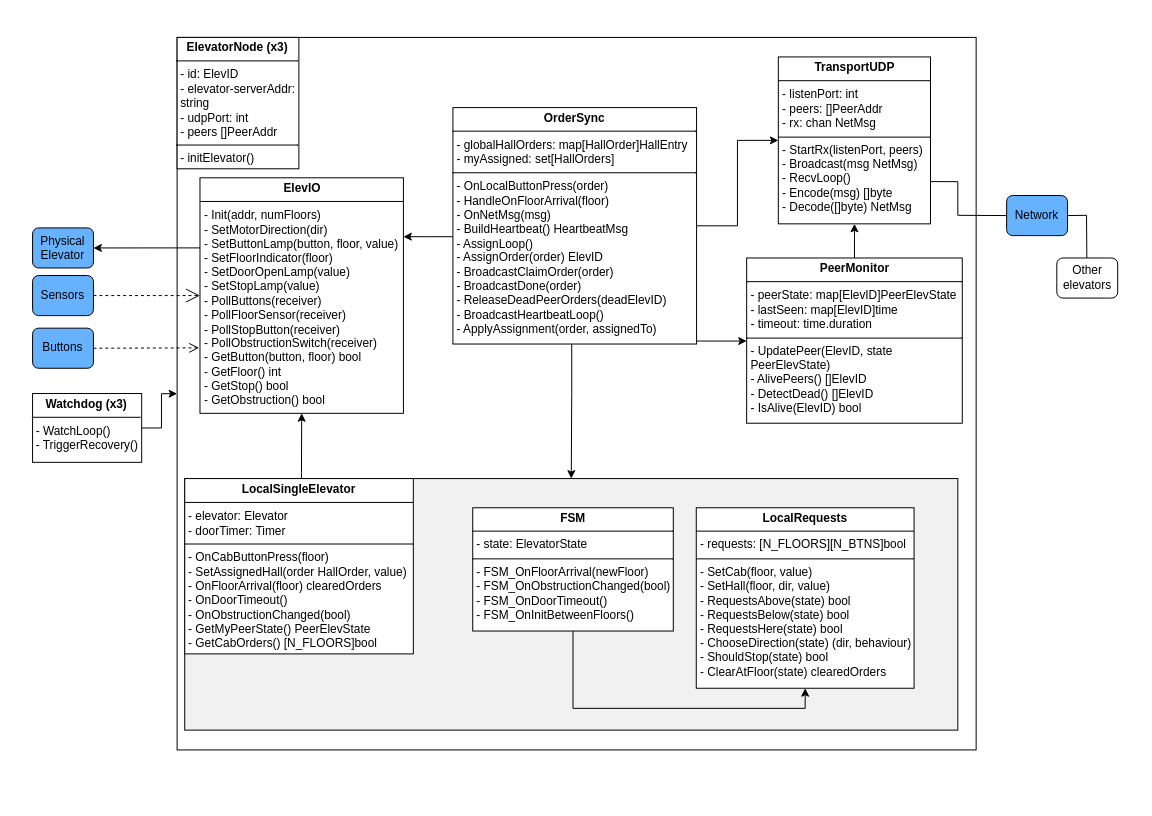
This is Diagrams/component_diagram.drawio from SondreMyhre/TTK4145, a draw.io file, before an edit. Source tidied: cells renumbered, new cells numbered last; positions are measured from the earlier drawing's top-left corner, leaving out a move shared by most shapes. Both pictures are drawn from the tidied source at 99%, with x=0, y=0 at pixel (17, 17).
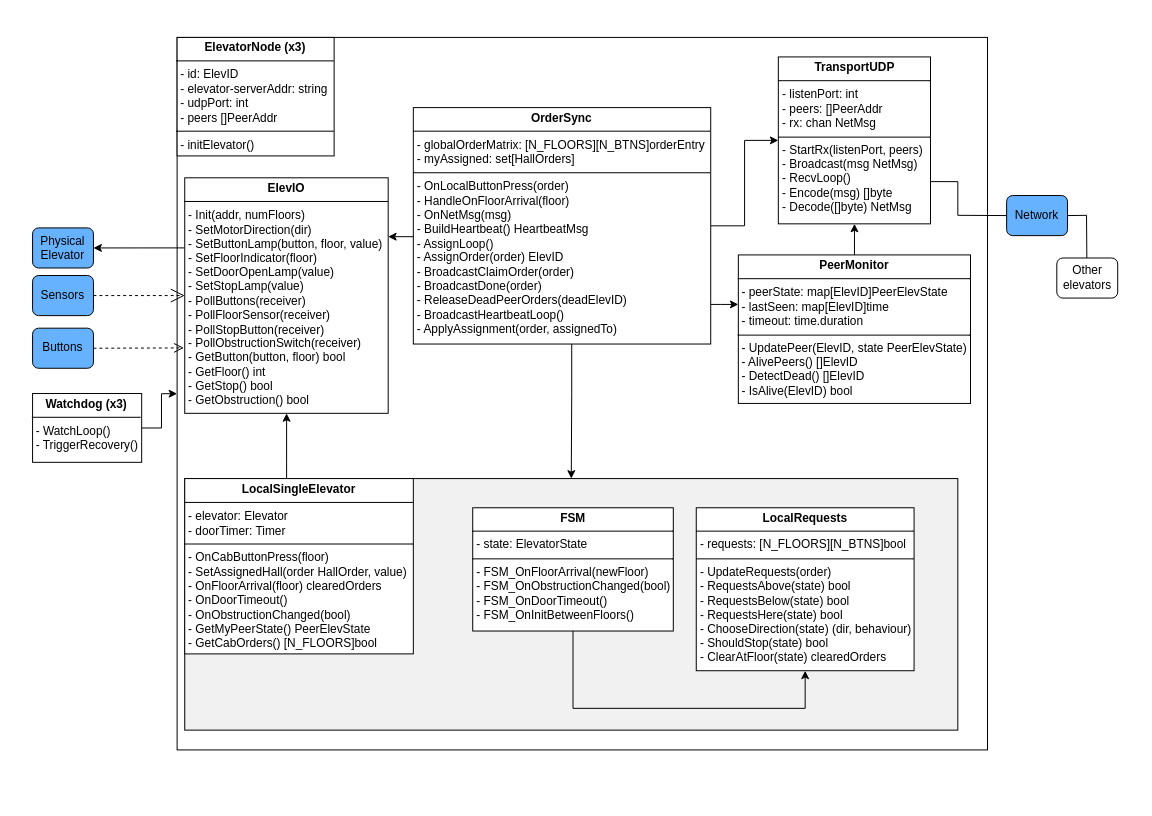
After the change.

Unchanged cells that the change refers to:
```xml
<mxCell id="2" style="group;" parent="1" vertex="1">
  <mxGeometry width="1130" height="790" as="geometry" />
</mxCell>
<mxCell id="6" style="rounded=0;whiteSpace=wrap;html=1;fillColor=#F1F1F1;" parent="2" vertex="1">
  <mxGeometry x="169.1" y="465.9" width="780.9" height="254.1" as="geometry" />
</mxCell>
```

Diff of the diagram source:
```diff
@@
     <mxCell id="4" style="rounded=0;whiteSpace=wrap;html=1;fillColor=#FFFFFF;" parent="2" vertex="1">
-      <mxGeometry x="161.4" y="20.3" width="807.1" height="719.7" as="geometry" />
+      <mxGeometry x="161.4" y="20.3" width="818.6" height="719.7" as="geometry" />
     </mxCell>
-    <mxCell id="5" style="edgeStyle=orthogonalEdgeStyle;rounded=0;jettySize=auto;html=1;entryX=0.5;entryY=1;entryDx=0;entryDy=0;" parent="2" edge="1" source="6" target="25">
+    <mxCell id="5" style="edgeStyle=orthogonalEdgeStyle;rounded=0;jettySize=auto;html=1;" parent="2" edge="1" source="6" target="25">
       <mxGeometry relative="1" as="geometry">
         <Array as="points">
-          <mxPoint x="287" y="460" />
-          <mxPoint x="287" y="460" />
+          <mxPoint x="272" y="450" />
+          <mxPoint x="272" y="450" />
         </Array>
       </mxGeometry>
     </mxCell>
@@
     <mxCell id="10" value="&lt;p style=&quot;margin:0px;margin-top:4px;text-align:center;&quot;&gt;&lt;b&gt;ElevatorNode (x3)&lt;/b&gt;&lt;/p&gt;&lt;hr size=&quot;1&quot; style=&quot;border-style:solid;&quot;&gt;&lt;p style=&quot;margin:0px;margin-left:4px;&quot;&gt;&lt;span style=&quot;background-color: transparent; color: light-dark(rgb(0, 0, 0), rgb(255, 255, 255));&quot;&gt;- id: ElevID&lt;/span&gt;&lt;/p&gt;&lt;p style=&quot;margin:0px;margin-left:4px;&quot;&gt;&lt;span style=&quot;background-color: transparent; color: light-dark(rgb(0, 0, 0), rgb(255, 255, 255));&quot;&gt;- elevator-serverAddr: string&lt;/span&gt;&lt;/p&gt;&lt;p style=&quot;margin:0px;margin-left:4px;&quot;&gt;&lt;span style=&quot;background-color: transparent; color: light-dark(rgb(0, 0, 0), rgb(255, 255, 255));&quot;&gt;- udpPort: int&lt;/span&gt;&lt;/p&gt;&lt;p style=&quot;margin:0px;margin-left:4px;&quot;&gt;- peers []PeerAddr&lt;/p&gt;&lt;hr size=&quot;1&quot; style=&quot;border-style:solid;&quot;&gt;&lt;p style=&quot;margin:0px;margin-left:4px;&quot;&gt;- initElevator()&lt;/p&gt;" style="verticalAlign=top;align=left;overflow=fill;html=1;whiteSpace=wrap;" parent="2" vertex="1">
-      <mxGeometry x="161.4" y="20.3" width="123" height="132.7" as="geometry" />
+      <mxGeometry x="161.4" y="20.3" width="158.6" height="119.7" as="geometry" />
     </mxCell>
@@
     <mxCell id="14" style="edgeStyle=orthogonalEdgeStyle;rounded=0;jettySize=auto;html=1;" parent="2" edge="1" source="15" target="18">
       <mxGeometry relative="1" as="geometry">
         <Array as="points">
-          <mxPoint x="690" y="327" />
-          <mxPoint x="690" y="327" />
+          <mxPoint x="710" y="290" />
+          <mxPoint x="710" y="290" />
         </Array>
       </mxGeometry>
     </mxCell>
-    <mxCell id="15" value="&lt;p style=&quot;margin:0px;margin-top:4px;text-align:center;&quot;&gt;&lt;b&gt;OrderSync&lt;/b&gt;&lt;/p&gt;&lt;hr size=&quot;1&quot; style=&quot;border-style:solid;&quot;&gt;&lt;p style=&quot;margin:0px;margin-left:4px;&quot;&gt;- globalHallOrders: map[HallOrder]HallEntry&lt;/p&gt;&lt;p style=&quot;margin:0px;margin-left:4px;&quot;&gt;- myAssigned: set[HallOrders]&lt;/p&gt;&lt;hr size=&quot;1&quot; style=&quot;border-style:solid;&quot;&gt;&lt;p style=&quot;margin:0px;margin-left:4px;&quot;&gt;- OnLocalButtonPress(order)&lt;/p&gt;&lt;p style=&quot;margin:0px;margin-left:4px;&quot;&gt;- HandleOnFloorArrival(floor)&amp;nbsp;&lt;/p&gt;&lt;p style=&quot;margin:0px;margin-left:4px;&quot;&gt;- OnNetMsg(msg)&lt;/p&gt;&lt;p style=&quot;margin:0px;margin-left:4px;&quot;&gt;- BuildHeartbeat() HeartbeatMsg&lt;/p&gt;&lt;p style=&quot;margin:0px;margin-left:4px;&quot;&gt;- AssignLoop()&lt;/p&gt;&lt;p style=&quot;margin:0px;margin-left:4px;&quot;&gt;- AssignOrder(order) ElevID&lt;/p&gt;&lt;p style=&quot;margin:0px;margin-left:4px;&quot;&gt;- BroadcastClaimOrder(order)&lt;/p&gt;&lt;p style=&quot;margin:0px;margin-left:4px;&quot;&gt;- BroadcastDone(order)&lt;/p&gt;&lt;p style=&quot;margin:0px;margin-left:4px;&quot;&gt;- ReleaseDeadPeerOrders(deadElevID)&lt;/p&gt;&lt;p style=&quot;margin:0px;margin-left:4px;&quot;&gt;- BroadcastHeartbeatLoop()&lt;/p&gt;&lt;p style=&quot;margin:0px;margin-left:4px;&quot;&gt;- ApplyAssignment(order, assignedTo)&lt;/p&gt;" style="verticalAlign=top;align=left;overflow=fill;html=1;whiteSpace=wrap;" parent="2" vertex="1">
-      <mxGeometry x="440" y="91.2" width="246.1" height="238.8" as="geometry" />
+    <mxCell id="15" value="&lt;p style=&quot;margin:0px;margin-top:4px;text-align:center;&quot;&gt;&lt;b&gt;OrderSync&lt;/b&gt;&lt;/p&gt;&lt;hr size=&quot;1&quot; style=&quot;border-style:solid;&quot;&gt;&lt;p style=&quot;margin:0px;margin-left:4px;&quot;&gt;- globalOrderMatrix:&amp;nbsp;&lt;span style=&quot;background-color: transparent; color: light-dark(rgb(0, 0, 0), rgb(255, 255, 255));&quot;&gt;[N_FLOORS][N_BTNS]orderEntry&lt;/span&gt;&lt;/p&gt;&lt;p style=&quot;margin:0px;margin-left:4px;&quot;&gt;- myAssigned: set[HallOrders]&lt;/p&gt;&lt;hr size=&quot;1&quot; style=&quot;border-style:solid;&quot;&gt;&lt;p style=&quot;margin:0px;margin-left:4px;&quot;&gt;- OnLocalButtonPress(order)&lt;/p&gt;&lt;p style=&quot;margin:0px;margin-left:4px;&quot;&gt;- HandleOnFloorArrival(floor)&amp;nbsp;&lt;/p&gt;&lt;p style=&quot;margin:0px;margin-left:4px;&quot;&gt;- OnNetMsg(msg)&lt;/p&gt;&lt;p style=&quot;margin:0px;margin-left:4px;&quot;&gt;- BuildHeartbeat() HeartbeatMsg&lt;/p&gt;&lt;p style=&quot;margin:0px;margin-left:4px;&quot;&gt;- AssignLoop()&lt;/p&gt;&lt;p style=&quot;margin:0px;margin-left:4px;&quot;&gt;- AssignOrder(order) ElevID&lt;/p&gt;&lt;p style=&quot;margin:0px;margin-left:4px;&quot;&gt;- BroadcastClaimOrder(order)&lt;/p&gt;&lt;p style=&quot;margin:0px;margin-left:4px;&quot;&gt;- BroadcastDone(order)&lt;/p&gt;&lt;p style=&quot;margin:0px;margin-left:4px;&quot;&gt;- ReleaseDeadPeerOrders(deadElevID)&lt;/p&gt;&lt;p style=&quot;margin:0px;margin-left:4px;&quot;&gt;- BroadcastHeartbeatLoop()&lt;/p&gt;&lt;p style=&quot;margin:0px;margin-left:4px;&quot;&gt;- ApplyAssignment(order, assignedTo)&lt;/p&gt;" style="verticalAlign=top;align=left;overflow=fill;html=1;whiteSpace=wrap;" parent="2" vertex="1">
+      <mxGeometry x="400" y="91.2" width="300.4" height="238.8" as="geometry" />
     </mxCell>
@@
     <mxCell id="18" value="&lt;p style=&quot;margin:0px;margin-top:4px;text-align:center;&quot;&gt;&lt;b&gt;PeerMonitor&lt;/b&gt;&lt;/p&gt;&lt;hr size=&quot;1&quot; style=&quot;border-style:solid;&quot;&gt;&lt;p style=&quot;margin:0px;margin-left:4px;&quot;&gt;- peerState: map[ElevID]PeerElevState&lt;/p&gt;&lt;p style=&quot;margin:0px;margin-left:4px;&quot;&gt;- lastSeen: map[ElevID]time&lt;/p&gt;&lt;p style=&quot;margin:0px;margin-left:4px;&quot;&gt;- timeout: time.duration&lt;/p&gt;&lt;hr size=&quot;1&quot; style=&quot;border-style:solid;&quot;&gt;&lt;p style=&quot;margin:0px;margin-left:4px;&quot;&gt;- UpdatePeer(ElevID, state PeerElevState&lt;span style=&quot;background-color: transparent; color: light-dark(rgb(0, 0, 0), rgb(255, 255, 255));&quot;&gt;)&lt;/span&gt;&lt;/p&gt;&lt;p style=&quot;margin:0px;margin-left:4px;&quot;&gt;&lt;span style=&quot;background-color: transparent; color: light-dark(rgb(0, 0, 0), rgb(255, 255, 255));&quot;&gt;- AlivePeers() []ElevID&lt;/span&gt;&lt;/p&gt;&lt;p style=&quot;margin:0px;margin-left:4px;&quot;&gt;&lt;span style=&quot;background-color: transparent; color: light-dark(rgb(0, 0, 0), rgb(255, 255, 255));&quot;&gt;- DetectDead() []ElevID&lt;/span&gt;&lt;/p&gt;&lt;p style=&quot;margin:0px;margin-left:4px;&quot;&gt;&lt;span style=&quot;background-color: transparent; color: light-dark(rgb(0, 0, 0), rgb(255, 255, 255));&quot;&gt;- IsAlive(ElevID) bool&lt;/span&gt;&lt;/p&gt;" style="verticalAlign=top;align=left;overflow=fill;html=1;whiteSpace=wrap;" parent="2" vertex="1">
-      <mxGeometry x="736.7" y="243.1" width="217.8" height="166.9" as="geometry" />
+      <mxGeometry x="728.3" y="240" width="234.5" height="150" as="geometry" />
     </mxCell>
-    <mxCell id="19" value="&lt;p style=&quot;margin:0px;margin-top:4px;text-align:center;&quot;&gt;&lt;b&gt;LocalRequests&lt;/b&gt;&lt;/p&gt;&lt;hr size=&quot;1&quot; style=&quot;border-style:solid;&quot;&gt;&lt;p style=&quot;margin:0px;margin-left:4px;&quot;&gt;- requests:&amp;nbsp;[N_FLOORS][N_BTNS]bool&lt;/p&gt;&lt;hr size=&quot;1&quot; style=&quot;border-style:solid;&quot;&gt;&lt;p style=&quot;margin:0px;margin-left:4px;&quot;&gt;- SetCab(floor, value)&lt;/p&gt;&lt;p style=&quot;margin:0px;margin-left:4px;&quot;&gt;- SetHall(floor, dir, value)&lt;/p&gt;&lt;p style=&quot;margin:0px;margin-left:4px;&quot;&gt;- RequestsAbove(state) bool&lt;/p&gt;&lt;p style=&quot;margin:0px;margin-left:4px;&quot;&gt;- RequestsBelow(state) bool&lt;/p&gt;&lt;p style=&quot;margin:0px;margin-left:4px;&quot;&gt;- RequestsHere(state) bool&lt;/p&gt;&lt;p style=&quot;margin:0px;margin-left:4px;&quot;&gt;- ChooseDirection(state) (dir, behaviour)&lt;/p&gt;&lt;p style=&quot;margin:0px;margin-left:4px;&quot;&gt;- ShouldStop(state) bool&lt;/p&gt;&lt;p style=&quot;margin:0px;margin-left:4px;&quot;&gt;- ClearAtFloor(state) clearedOrders&lt;/p&gt;" style="verticalAlign=top;align=left;overflow=fill;html=1;whiteSpace=wrap;" parent="2" vertex="1">
-      <mxGeometry x="685.8" y="495.4" width="220" height="182.3" as="geometry" />
+    <mxCell id="19" value="&lt;p style=&quot;margin:0px;margin-top:4px;text-align:center;&quot;&gt;&lt;b&gt;LocalRequests&lt;/b&gt;&lt;/p&gt;&lt;hr size=&quot;1&quot; style=&quot;border-style:solid;&quot;&gt;&lt;p style=&quot;margin:0px;margin-left:4px;&quot;&gt;- requests:&amp;nbsp;[N_FLOORS][N_BTNS]bool&lt;/p&gt;&lt;hr size=&quot;1&quot; style=&quot;border-style:solid;&quot;&gt;&lt;p style=&quot;margin:0px;margin-left:4px;&quot;&gt;- UpdateRequests(order)&lt;/p&gt;&lt;p style=&quot;margin:0px;margin-left:4px;&quot;&gt;- RequestsAbove(state) bool&lt;/p&gt;&lt;p style=&quot;margin:0px;margin-left:4px;&quot;&gt;- RequestsBelow(state) bool&lt;/p&gt;&lt;p style=&quot;margin:0px;margin-left:4px;&quot;&gt;- RequestsHere(state) bool&lt;/p&gt;&lt;p style=&quot;margin:0px;margin-left:4px;&quot;&gt;- ChooseDirection(state) (dir, behaviour)&lt;/p&gt;&lt;p style=&quot;margin:0px;margin-left:4px;&quot;&gt;- ShouldStop(state) bool&lt;/p&gt;&lt;p style=&quot;margin:0px;margin-left:4px;&quot;&gt;- ClearAtFloor(state) clearedOrders&lt;/p&gt;" style="verticalAlign=top;align=left;overflow=fill;html=1;whiteSpace=wrap;" parent="2" vertex="1">
+      <mxGeometry x="685.8" y="495.4" width="220" height="164.6" as="geometry" />
     </mxCell>
@@
     <mxCell id="25" value="&lt;p style=&quot;margin:0px;margin-top:4px;text-align:center;&quot;&gt;&lt;b&gt;ElevIO&lt;/b&gt;&lt;/p&gt;&lt;hr size=&quot;1&quot; style=&quot;border-style:solid;&quot;&gt;&lt;p style=&quot;margin:0px;margin-left:4px;&quot;&gt;&lt;/p&gt;&lt;p style=&quot;margin: 0px 0px 0px 4px;&quot;&gt;- Init(addr, numFloors)&lt;/p&gt;&lt;p style=&quot;margin: 0px 0px 0px 4px;&quot;&gt;- SetMotorDirection(dir)&lt;/p&gt;&lt;p style=&quot;margin: 0px 0px 0px 4px;&quot;&gt;- SetButtonLamp(button, floor, value)&lt;/p&gt;&lt;p style=&quot;margin: 0px 0px 0px 4px;&quot;&gt;- SetFloorIndicator(floor)&lt;/p&gt;&lt;p style=&quot;margin: 0px 0px 0px 4px;&quot;&gt;- SetDoorOpenLamp(value)&lt;/p&gt;&lt;p style=&quot;margin: 0px 0px 0px 4px;&quot;&gt;- SetStopLamp(value)&lt;/p&gt;&lt;p style=&quot;margin: 0px 0px 0px 4px;&quot;&gt;- PollButtons(receiver)&lt;/p&gt;&lt;p style=&quot;margin: 0px 0px 0px 4px;&quot;&gt;- PollFloorSensor(receiver)&lt;/p&gt;&lt;p style=&quot;margin: 0px 0px 0px 4px;&quot;&gt;- PollStopButton(receiver)&lt;/p&gt;&lt;p style=&quot;margin: 0px 0px 0px 4px;&quot;&gt;- PollObstructionSwitch(receiver)&lt;/p&gt;&lt;p style=&quot;margin: 0px 0px 0px 4px;&quot;&gt;- GetButton(button, floor) bool&lt;/p&gt;&lt;p style=&quot;margin: 0px 0px 0px 4px;&quot;&gt;- GetFloor() int&lt;/p&gt;&lt;p style=&quot;margin: 0px 0px 0px 4px;&quot;&gt;- GetStop() bool&lt;/p&gt;&lt;p style=&quot;margin: 0px 0px 0px 4px;&quot;&gt;- GetObstruction() bool&lt;/p&gt;" style="verticalAlign=top;align=left;overflow=fill;html=1;whiteSpace=wrap;" parent="2" vertex="1">
-      <mxGeometry x="184.5" y="162.1" width="205.5" height="237.9" as="geometry" />
+      <mxGeometry x="169.1" y="162.1" width="205.5" height="237.9" as="geometry" />
     </mxCell>
```
